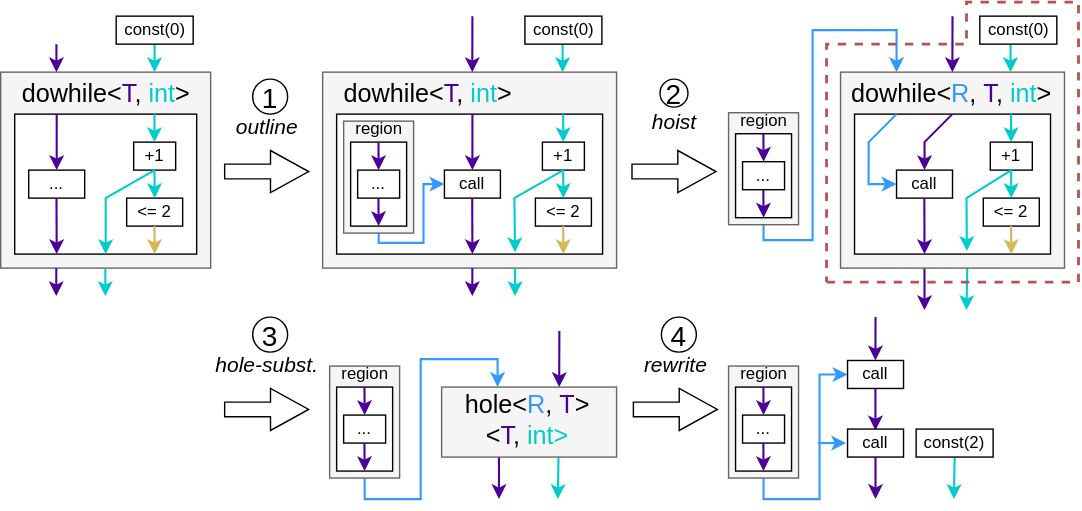
This is assets/svg/rewrite.svg from lmondada/dphil-thesis, a draw.io export, as it was before one commit. Source tidied: cells renumbered, new cells last; positions are measured from the earlier drawing's top-left corner, leaving out a move shared by most shapes.
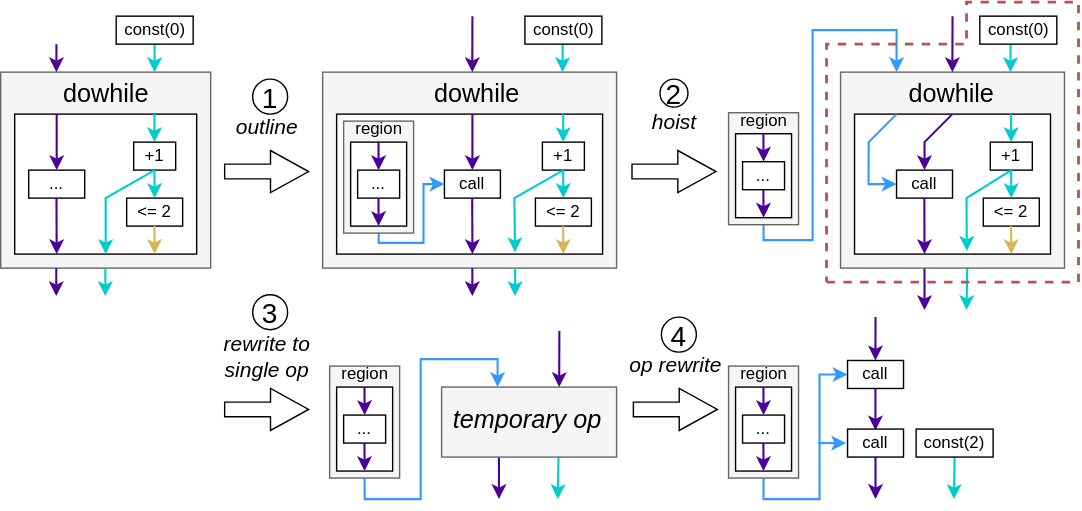
Above is the later version.

What changed in the source:
```diff
@@ -20,8 +20,8 @@
     <mxCell id="5" style="rounded=0;whiteSpace=wrap;html=1;" parent="1" vertex="1">
       <mxGeometry x="10" y="80" width="130" height="100" as="geometry" />
     </mxCell>
-    <mxCell id="6" value="&lt;font style=&quot;font-size: 18px;&quot;&gt;dowhile&amp;lt;&lt;font style=&quot;color: rgb(76, 0, 153);&quot;&gt;T&lt;/font&gt;, &lt;font style=&quot;color: rgb(0, 204, 204);&quot;&gt;int&lt;/font&gt;&amp;gt;&lt;/font&gt;" style="text;html=1;align=center;verticalAlign=middle;strokeColor=none;fillColor=none;" parent="1" vertex="1">
-      <mxGeometry x="5" y="46" width="140" height="40" as="geometry" />
+    <mxCell id="6" value="&lt;font style=&quot;font-size: 18px;&quot;&gt;dowhile&lt;/font&gt;" style="text;html=1;align=center;verticalAlign=middle;strokeColor=none;fillColor=none;" parent="1" vertex="1">
+      <mxGeometry x="35" y="46" width="80" height="40" as="geometry" />
     </mxCell>
     <mxCell id="7" value="..." style="rounded=0;whiteSpace=wrap;html=1;" parent="1" vertex="1">
       <mxGeometry x="20" y="120" width="40" height="20" as="geometry" />
@@ -98,8 +98,8 @@
     <mxCell id="21" style="rounded=0;whiteSpace=wrap;html=1;" parent="1" vertex="1">
       <mxGeometry x="240" y="80" width="190" height="100" as="geometry" />
     </mxCell>
-    <mxCell id="22" value="&lt;font style=&quot;font-size: 18px;&quot;&gt;dowhile&amp;lt;&lt;font style=&quot;color: rgb(76, 0, 153);&quot;&gt;T&lt;/font&gt;, &lt;font style=&quot;color: rgb(0, 204, 204);&quot;&gt;int&lt;/font&gt;&amp;gt;&lt;/font&gt;" style="text;html=1;align=center;verticalAlign=middle;strokeColor=none;fillColor=none;" parent="1" vertex="1">
-      <mxGeometry x="235" y="46" width="140" height="40" as="geometry" />
+    <mxCell id="22" value="&lt;font style=&quot;font-size: 18px;&quot;&gt;dowhile&lt;/font&gt;" style="text;html=1;align=center;verticalAlign=middle;strokeColor=none;fillColor=none;" parent="1" vertex="1">
+      <mxGeometry x="300" y="46" width="80" height="40" as="geometry" />
     </mxCell>
     <mxCell id="23" value="call" style="rounded=0;whiteSpace=wrap;html=1;" parent="1" vertex="1">
       <mxGeometry x="317" y="120" width="40" height="20" as="geometry" />
@@ -225,8 +225,8 @@
     <mxCell id="49" style="rounded=0;whiteSpace=wrap;html=1;" parent="1" vertex="1">
       <mxGeometry x="610" y="80" width="140" height="100" as="geometry" />
     </mxCell>
-    <mxCell id="50" value="&lt;font style=&quot;font-size: 18px;&quot;&gt;dowhile&amp;lt;&lt;font style=&quot;color: rgb(51, 153, 255);&quot;&gt;R&lt;/font&gt;,&amp;nbsp;&lt;font style=&quot;color: rgb(76, 0, 153);&quot;&gt;T&lt;/font&gt;, &lt;font style=&quot;color: rgb(0, 204, 204);&quot;&gt;int&lt;/font&gt;&amp;gt;&lt;/font&gt;" style="text;html=1;align=center;verticalAlign=middle;strokeColor=none;fillColor=none;" parent="1" vertex="1">
-      <mxGeometry x="594" y="46" width="170" height="40" as="geometry" />
+    <mxCell id="50" value="&lt;font style=&quot;font-size: 18px;&quot;&gt;dowhile&lt;/font&gt;" style="text;html=1;align=center;verticalAlign=middle;strokeColor=none;fillColor=none;" parent="1" vertex="1">
+      <mxGeometry x="639" y="46" width="80" height="40" as="geometry" />
     </mxCell>
     <mxCell id="51" value="call" style="rounded=0;whiteSpace=wrap;html=1;" parent="1" vertex="1">
       <mxGeometry x="640" y="120" width="40" height="20" as="geometry" />
@@ -372,8 +372,8 @@
     <mxCell id="77" style="rounded=0;whiteSpace=wrap;html=1;fillColor=#f5f5f5;fontColor=#333333;strokeColor=#666666;" parent="1" vertex="1">
       <mxGeometry x="315" y="275" width="125" height="50" as="geometry" />
     </mxCell>
-    <mxCell id="78" value="&lt;font style=&quot;font-size: 18px;&quot;&gt;hole&amp;lt;&lt;font style=&quot;color: rgb(51, 153, 255);&quot;&gt;R&lt;/font&gt;,&amp;nbsp;&lt;font style=&quot;color: rgb(76, 0, 153);&quot;&gt;T&lt;/font&gt;&amp;gt;&lt;/font&gt;&lt;div&gt;&lt;font style=&quot;font-size: 18px;&quot;&gt;&amp;lt;&lt;/font&gt;&lt;font style=&quot;font-size: 18px; color: rgb(76, 0, 153);&quot;&gt;T&lt;/font&gt;&lt;span style=&quot;font-size: 18px;&quot;&gt;,&amp;nbsp;&lt;/span&gt;&lt;font style=&quot;font-size: 18px; color: rgb(0, 204, 204);&quot;&gt;int&amp;gt;&lt;/font&gt;&lt;/div&gt;" style="text;html=1;align=center;verticalAlign=middle;strokeColor=none;fillColor=none;" parent="1" vertex="1">
-      <mxGeometry x="321" y="269" width="110" height="60" as="geometry" />
+    <mxCell id="78" value="&lt;span style=&quot;font-size: 18px;&quot;&gt;&lt;i&gt;temporary op&lt;/i&gt;&lt;/span&gt;" style="text;html=1;align=center;verticalAlign=middle;strokeColor=none;fillColor=none;" parent="1" vertex="1">
+      <mxGeometry x="311" y="279" width="130" height="40" as="geometry" />
     </mxCell>
     <mxCell id="79" style="endArrow=classic;html=1;rounded=0;entryX=0.5;entryY=0;entryDx=0;entryDy=0;strokeColor=#4C0099;strokeWidth=1.5;" parent="1" edge="1">
       <mxGeometry relative="1" as="geometry">
@@ -419,11 +419,11 @@
     <mxCell id="87" style="html=1;shadow=0;dashed=0;align=center;verticalAlign=middle;shape=mxgraph.arrows2.arrow;dy=0.65;dx=27.25;notch=0;" parent="1" vertex="1">
       <mxGeometry x="160" y="276" width="60" height="30" as="geometry" />
     </mxCell>
-    <mxCell id="88" value="&lt;i&gt;hole-subst.&lt;/i&gt;" style="text;html=1;align=center;verticalAlign=middle;strokeColor=none;fillColor=none;fontSize=15;" parent="1" vertex="1">
-      <mxGeometry x="140" y="244" width="100" height="30" as="geometry" />
+    <mxCell id="88" value="&lt;i&gt;rewrite to&lt;/i&gt;&lt;div&gt;&lt;i&gt;single op&lt;/i&gt;&lt;/div&gt;" style="text;html=1;align=center;verticalAlign=middle;strokeColor=none;fillColor=none;fontSize=15;" parent="1" vertex="1">
+      <mxGeometry x="145" y="228" width="90" height="50" as="geometry" />
     </mxCell>
     <mxCell id="89" value="&lt;font style=&quot;font-size: 20px;&quot;&gt;3&lt;/font&gt;" style="ellipse;whiteSpace=wrap;html=1;" parent="1" vertex="1">
-      <mxGeometry x="180" y="225" width="25" height="25" as="geometry" />
+      <mxGeometry x="180" y="209" width="25" height="25" as="geometry" />
     </mxCell>
     <mxCell id="90" style="endArrow=classic;html=1;rounded=0;strokeColor=#00CCCC;strokeWidth=1.5;" parent="1" edge="1">
       <mxGeometry relative="1" as="geometry">
@@ -479,8 +479,8 @@
     <mxCell id="100" style="html=1;shadow=0;dashed=0;align=center;verticalAlign=middle;shape=mxgraph.arrows2.arrow;dy=0.65;dx=27.25;notch=0;" parent="1" vertex="1">
       <mxGeometry x="452" y="276" width="60" height="30" as="geometry" />
     </mxCell>
-    <mxCell id="101" value="&lt;i&gt;rewrite&lt;/i&gt;" style="text;html=1;align=center;verticalAlign=middle;strokeColor=none;fillColor=none;fontSize=15;" parent="1" vertex="1">
-      <mxGeometry x="447" y="244" width="70" height="30" as="geometry" />
+    <mxCell id="101" value="&lt;i&gt;op rewrite&lt;/i&gt;" style="text;html=1;align=center;verticalAlign=middle;strokeColor=none;fillColor=none;fontSize=15;" parent="1" vertex="1">
+      <mxGeometry x="437" y="244" width="90" height="30" as="geometry" />
     </mxCell>
     <mxCell id="102" value="&lt;font style=&quot;font-size: 20px;&quot;&gt;4&lt;/font&gt;" style="ellipse;whiteSpace=wrap;html=1;" parent="1" vertex="1">
       <mxGeometry x="472" y="225" width="25" height="25" as="geometry" />
```
